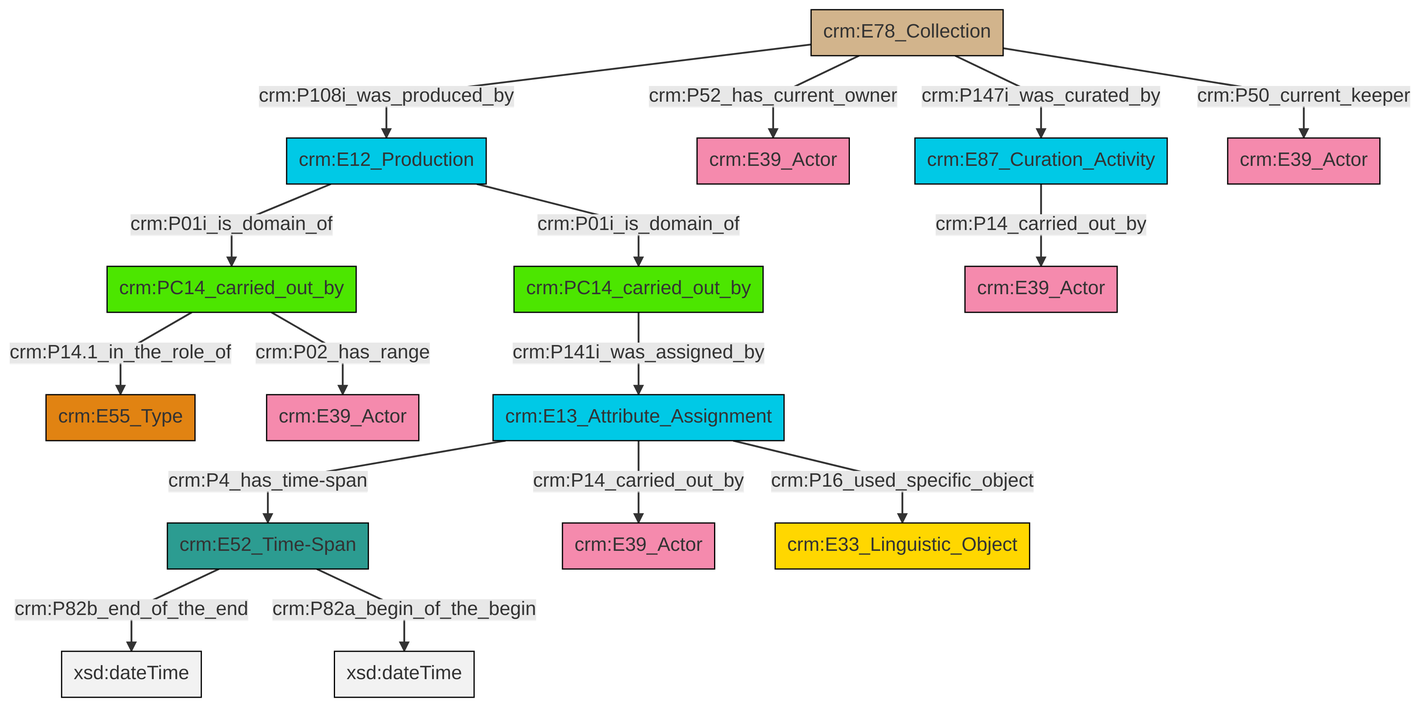
Before: et/archivalCSV/ttl/mmd/png/archival_relation.png, a diagram exported from Mermaid (swiss-art-research-net/docs.swissartresearch). Its source is kept beside it as et/archivalCSV/ttl/mmd/archival_relation.ttl.mmd.
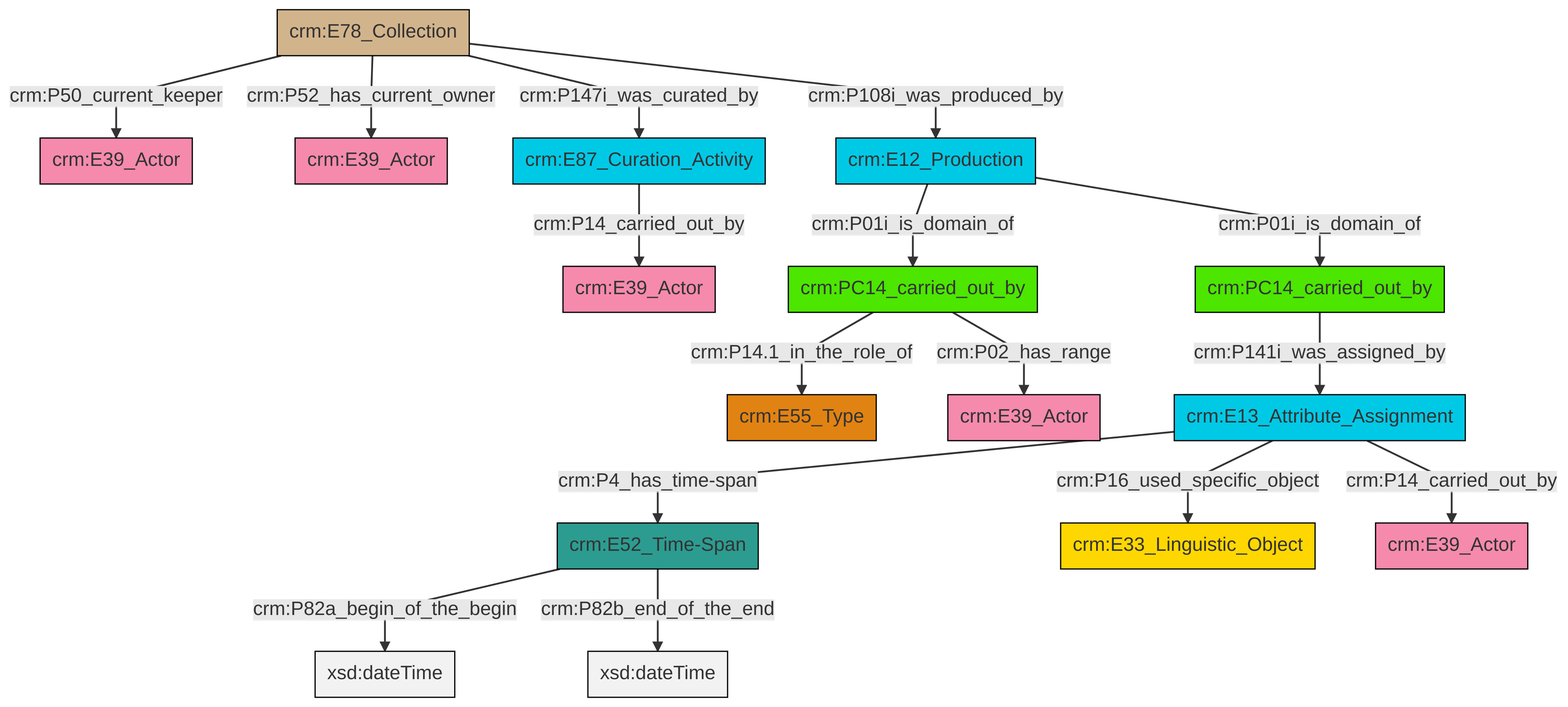
After the change.

Change to the diagram source:
```diff
@@ -13,18 +13,18 @@
 classDef PC_Classes fill:#4ce600, stroke:#000000;
 classDef Multi fill:#cccccc,stroke:#000000;
 
-0["crm:E13_Attribute_Assignment"]:::Temporal_Entity -->|crm:P4_has_time-span| 1["crm:E52_Time-Span"]:::Time-Span
-2["crm:E78_Collection"]:::Physical_Thing -->|crm:P108i_was_produced_by| 3["crm:E12_Production"]:::Temporal_Entity
-0["crm:E13_Attribute_Assignment"]:::Temporal_Entity -->|crm:P14_carried_out_by| 4["crm:E39_Actor"]:::Actor
-3["crm:E12_Production"]:::Temporal_Entity -->|crm:P01i_is_domain_of| 5["crm:PC14_carried_out_by"]:::PC_Classes
-2["crm:E78_Collection"]:::Physical_Thing -->|crm:P52_has_current_owner| 7["crm:E39_Actor"]:::Actor
-1["crm:E52_Time-Span"]:::Time-Span -->|crm:P82b_end_of_the_end| 11[xsd:dateTime]:::Literal
-14["crm:E87_Curation_Activity"]:::Temporal_Entity -->|crm:P14_carried_out_by| 15["crm:E39_Actor"]:::Actor
-3["crm:E12_Production"]:::Temporal_Entity -->|crm:P01i_is_domain_of| 17["crm:PC14_carried_out_by"]:::PC_Classes
-5["crm:PC14_carried_out_by"]:::PC_Classes -->|crm:P14.1_in_the_role_of| 9["crm:E55_Type"]:::Type
-2["crm:E78_Collection"]:::Physical_Thing -->|crm:P147i_was_curated_by| 14["crm:E87_Curation_Activity"]:::Temporal_Entity
-1["crm:E52_Time-Span"]:::Time-Span -->|crm:P82a_begin_of_the_begin| 27[xsd:dateTime]:::Literal
-0["crm:E13_Attribute_Assignment"]:::Temporal_Entity -->|crm:P16_used_specific_object| 18["crm:E33_Linguistic_Object"]:::Conceptual_Object
-5["crm:PC14_carried_out_by"]:::PC_Classes -->|crm:P02_has_range| 24["crm:E39_Actor"]:::Actor
-2["crm:E78_Collection"]:::Physical_Thing -->|crm:P50_current_keeper| 20["crm:E39_Actor"]:::Actor
-17["crm:PC14_carried_out_by"]:::PC_Classes -->|crm:P141i_was_assigned_by| 0["crm:E13_Attribute_Assignment"]:::Temporal_Entity
+4["crm:E78_Collection"]:::Physical_Thing -->|crm:P50_current_keeper| 5["crm:E39_Actor"]:::Actor
+0["crm:E13_Attribute_Assignment"]:::Temporal_Entity -->|crm:P4_has_time-span| 6["crm:E52_Time-Span"]:::Time-Span
+4["crm:E78_Collection"]:::Physical_Thing -->|crm:P52_has_current_owner| 11["crm:E39_Actor"]:::Actor
+12["crm:PC14_carried_out_by"]:::PC_Classes -->|crm:P14.1_in_the_role_of| 13["crm:E55_Type"]:::Type
+0["crm:E13_Attribute_Assignment"]:::Temporal_Entity -->|crm:P16_used_specific_object| 14["crm:E33_Linguistic_Object"]:::Conceptual_Object
+7["crm:E12_Production"]:::Temporal_Entity -->|crm:P01i_is_domain_of| 12["crm:PC14_carried_out_by"]:::PC_Classes
+6["crm:E52_Time-Span"]:::Time-Span -->|crm:P82a_begin_of_the_begin| 19[xsd:dateTime]:::Literal
+16["crm:E87_Curation_Activity"]:::Temporal_Entity -->|crm:P14_carried_out_by| 21["crm:E39_Actor"]:::Actor
+7["crm:E12_Production"]:::Temporal_Entity -->|crm:P01i_is_domain_of| 25["crm:PC14_carried_out_by"]:::PC_Classes
+25["crm:PC14_carried_out_by"]:::PC_Classes -->|crm:P141i_was_assigned_by| 0["crm:E13_Attribute_Assignment"]:::Temporal_Entity
+4["crm:E78_Collection"]:::Physical_Thing -->|crm:P147i_was_curated_by| 16["crm:E87_Curation_Activity"]:::Temporal_Entity
+0["crm:E13_Attribute_Assignment"]:::Temporal_Entity -->|crm:P14_carried_out_by| 9["crm:E39_Actor"]:::Actor
+6["crm:E52_Time-Span"]:::Time-Span -->|crm:P82b_end_of_the_end| 28[xsd:dateTime]:::Literal
+4["crm:E78_Collection"]:::Physical_Thing -->|crm:P108i_was_produced_by| 7["crm:E12_Production"]:::Temporal_Entity
+12["crm:PC14_carried_out_by"]:::PC_Classes -->|crm:P02_has_range| 2["crm:E39_Actor"]:::Actor
```
